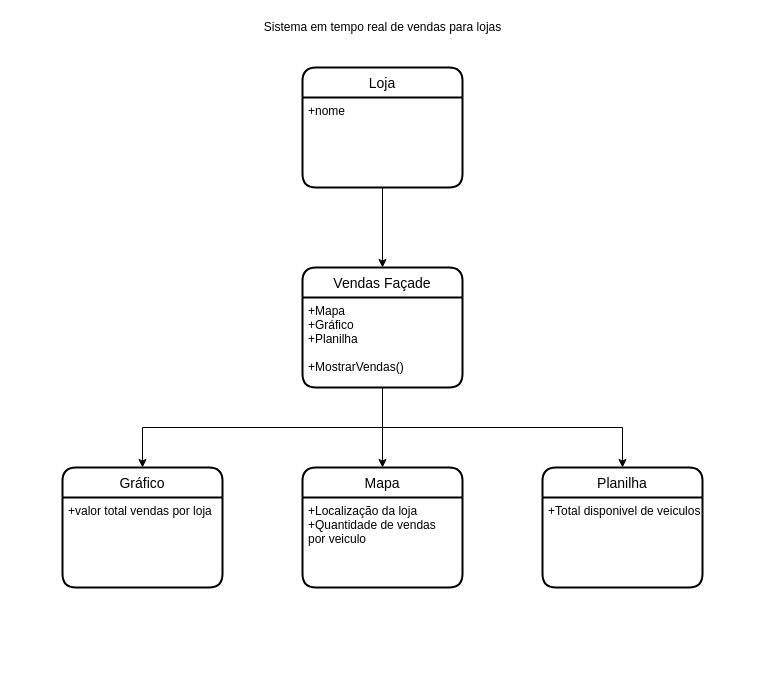
Before: Exercicio-05_padroes_projeto.drawio in MatheusSantosDev/diagramas-UML, a draw.io diagram. Source tidied: cells renumbered, new cells numbered last; positions are measured from the earlier drawing's top-left corner, leaving out a move shared by most shapes. Both pictures are drawn from the tidied source at 100%, with x=0, y=0 at pixel (62, 17).
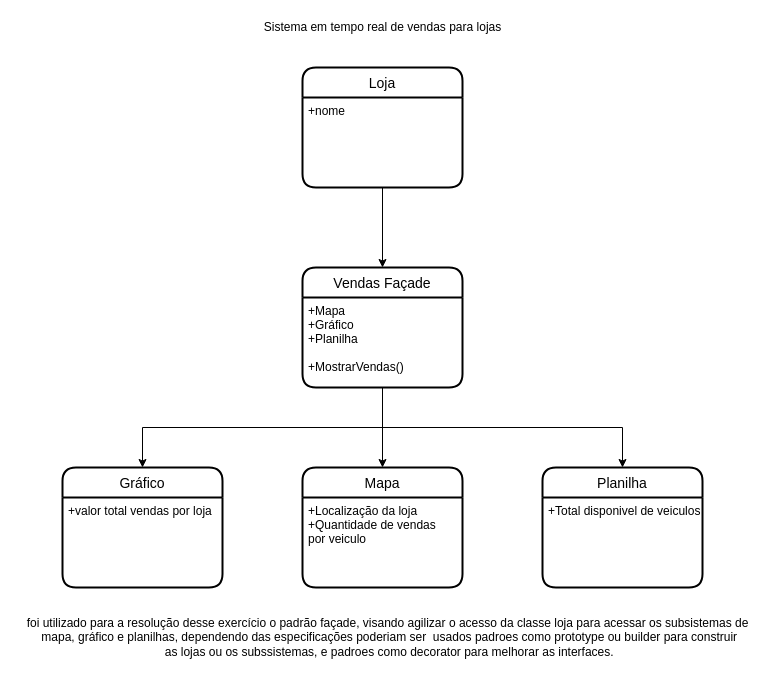
After the change.

What changed in the source:
```diff
@@
 <mxGraphModel>
   <root>
     <mxCell id="0" />
     <mxCell id="1" parent="0" />
     <mxCell id="2" style="edgeStyle=orthogonalEdgeStyle;rounded=0;jettySize=auto;html=1;" parent="1" edge="1" source="3" target="6">
       <mxGeometry relative="1" as="geometry" />
     </mxCell>
     <mxCell id="3" value="Loja" style="swimlane;horizontal=1;startSize=30;rounded=1;fontSize=14;fontStyle=0;strokeWidth=2;shadow=0;dashed=0;align=center;" parent="1" vertex="1">
       <mxGeometry x="240" y="50" width="160" height="120" as="geometry" />
     </mxCell>
     <mxCell id="4" value="+nome&#10;" style="align=left;strokeColor=none;fillColor=none;spacingLeft=4;fontSize=12;verticalAlign=top;" parent="3" vertex="1">
       <mxGeometry y="30" width="160" height="90" as="geometry" />
     </mxCell>
     <mxCell id="5" style="edgeStyle=orthogonalEdgeStyle;rounded=0;jettySize=auto;html=1;" parent="1" edge="1" source="6" target="10">
       <mxGeometry relative="1" as="geometry" />
     </mxCell>
     <mxCell id="6" value="Vendas Façade" style="swimlane;horizontal=1;startSize=30;rounded=1;fontSize=14;fontStyle=0;strokeWidth=2;shadow=0;dashed=0;align=center;" parent="1" vertex="1">
       <mxGeometry x="240" y="250" width="160" height="120" as="geometry" />
     </mxCell>
     <mxCell id="7" value="+Mapa&#10;+Gráfico&#10;+Planilha&#10;&#10;+MostrarVendas()" style="align=left;strokeColor=none;fillColor=none;spacingLeft=4;fontSize=12;verticalAlign=top;" parent="6" vertex="1">
       <mxGeometry y="30" width="160" height="90" as="geometry" />
     </mxCell>
     <mxCell id="8" style="edgeStyle=orthogonalEdgeStyle;rounded=0;jettySize=auto;html=1;exitX=0.5;exitY=1;exitDx=0;exitDy=0;" parent="1" edge="1" source="7" target="12">
       <mxGeometry relative="1" as="geometry" />
     </mxCell>
     <mxCell id="9" style="edgeStyle=orthogonalEdgeStyle;rounded=0;jettySize=auto;html=1;exitX=0.5;exitY=1;exitDx=0;exitDy=0;" parent="1" edge="1" source="7" target="14">
       <mxGeometry relative="1" as="geometry" />
     </mxCell>
     <mxCell id="10" value="Mapa" style="swimlane;horizontal=1;startSize=30;rounded=1;fontSize=14;fontStyle=0;strokeWidth=2;shadow=0;dashed=0;align=center;" parent="1" vertex="1">
       <mxGeometry x="240" y="450" width="160" height="120" as="geometry" />
     </mxCell>
     <mxCell id="11" value="+Localização da loja&#10;+Quantidade de vendas &#10;por veiculo" style="align=left;strokeColor=none;fillColor=none;spacingLeft=4;fontSize=12;verticalAlign=top;" parent="10" vertex="1">
       <mxGeometry y="30" width="160" height="90" as="geometry" />
     </mxCell>
     <mxCell id="12" value="Gráfico" style="swimlane;horizontal=1;startSize=30;rounded=1;fontSize=14;fontStyle=0;strokeWidth=2;shadow=0;dashed=0;align=center;" parent="1" vertex="1">
       <mxGeometry y="450" width="160" height="120" as="geometry" />
     </mxCell>
     <mxCell id="13" value="+valor total vendas por loja" style="align=left;strokeColor=none;fillColor=none;spacingLeft=4;fontSize=12;verticalAlign=top;" parent="12" vertex="1">
       <mxGeometry y="30" width="160" height="90" as="geometry" />
     </mxCell>
     <mxCell id="14" value="Planilha" style="swimlane;horizontal=1;startSize=30;rounded=1;fontSize=14;fontStyle=0;strokeWidth=2;shadow=0;dashed=0;align=center;" parent="1" vertex="1">
       <mxGeometry x="480" y="450" width="160" height="120" as="geometry" />
     </mxCell>
     <mxCell id="15" value="+Total disponivel de veiculos" style="align=left;strokeColor=none;fillColor=none;spacingLeft=4;fontSize=12;verticalAlign=top;" parent="14" vertex="1">
       <mxGeometry y="30" width="160" height="90" as="geometry" />
     </mxCell>
     <mxCell id="16" value="Sistema em tempo real de vendas para lojas" style="text;html=1;align=center;verticalAlign=middle;" parent="1" vertex="1">
       <mxGeometry x="195" width="250" height="20" as="geometry" />
     </mxCell>
+    <mxCell id="17" value="foi utilizado para a resolução desse exercício o padrão façade, visando agilizar o acesso da classe loja para&amp;nbsp;acessar os subsistemas de&lt;br&gt;&amp;nbsp;mapa, gráfico e planilhas, dependendo das especificações poderiam ser&amp;nbsp;&amp;nbsp;usados padroes como prototype ou builder para construir&lt;br&gt;&amp;nbsp;as lojas ou os subssistemas, e padroes como decorator para melhorar as interfaces." style="text;html=1;align=center;verticalAlign=middle;" parent="1" vertex="1">
+      <mxGeometry x="-45" y="595" width="740" height="50" as="geometry" />
+    </mxCell>
   </root>
 </mxGraphModel>
```
